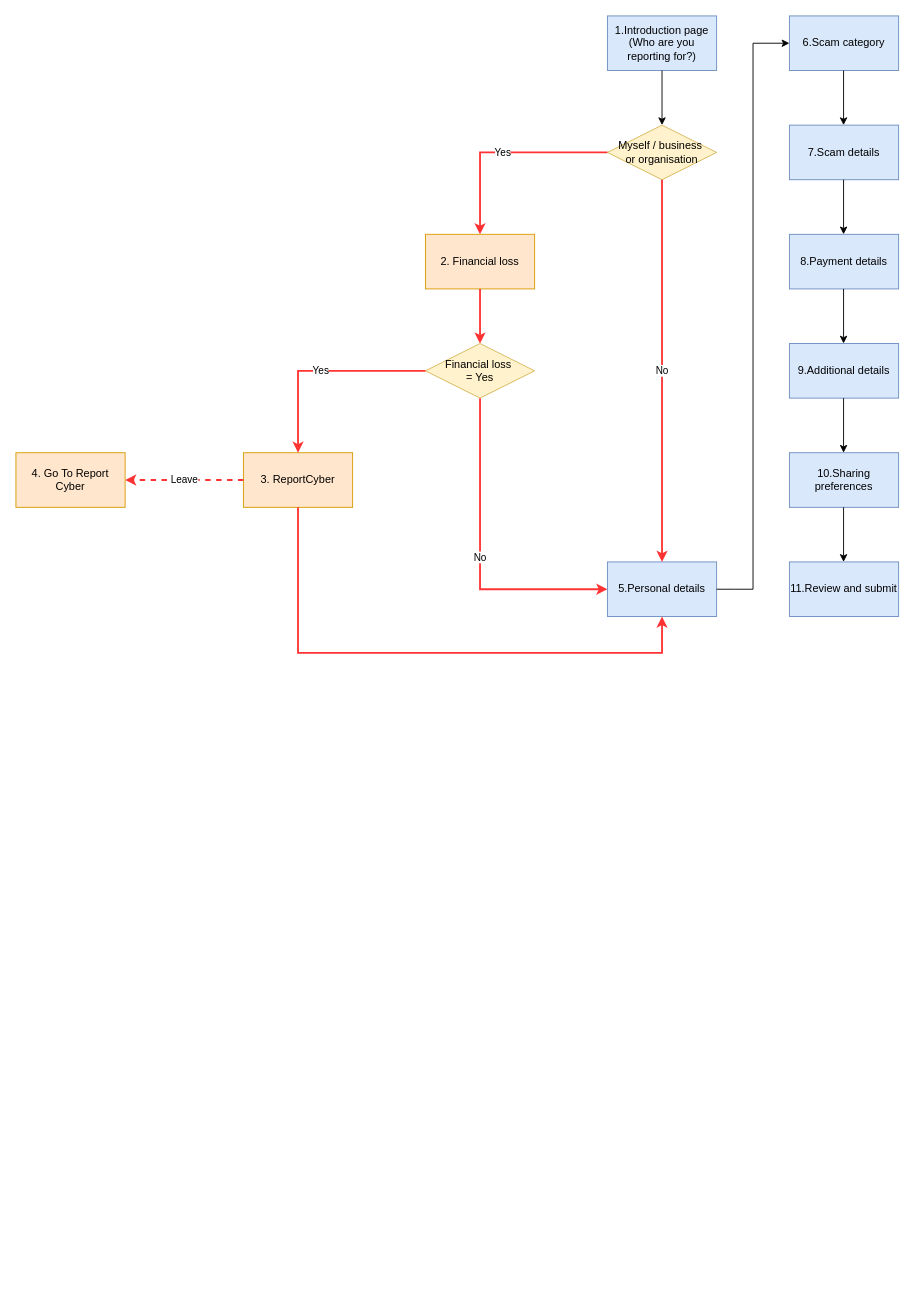
Above: page "Page-1" (1 of 3) of logging/Untitled Diagram.drawio in danieldotskc/helloworld (draw.io), before the change. Source tidied: cells renumbered, new cells numbered last; positions are measured from the earlier drawing's top-left corner, leaving out a move shared by most shapes. Both pictures are drawn from the tidied source at 91%, with x=0, y=0 at pixel (15, 15).
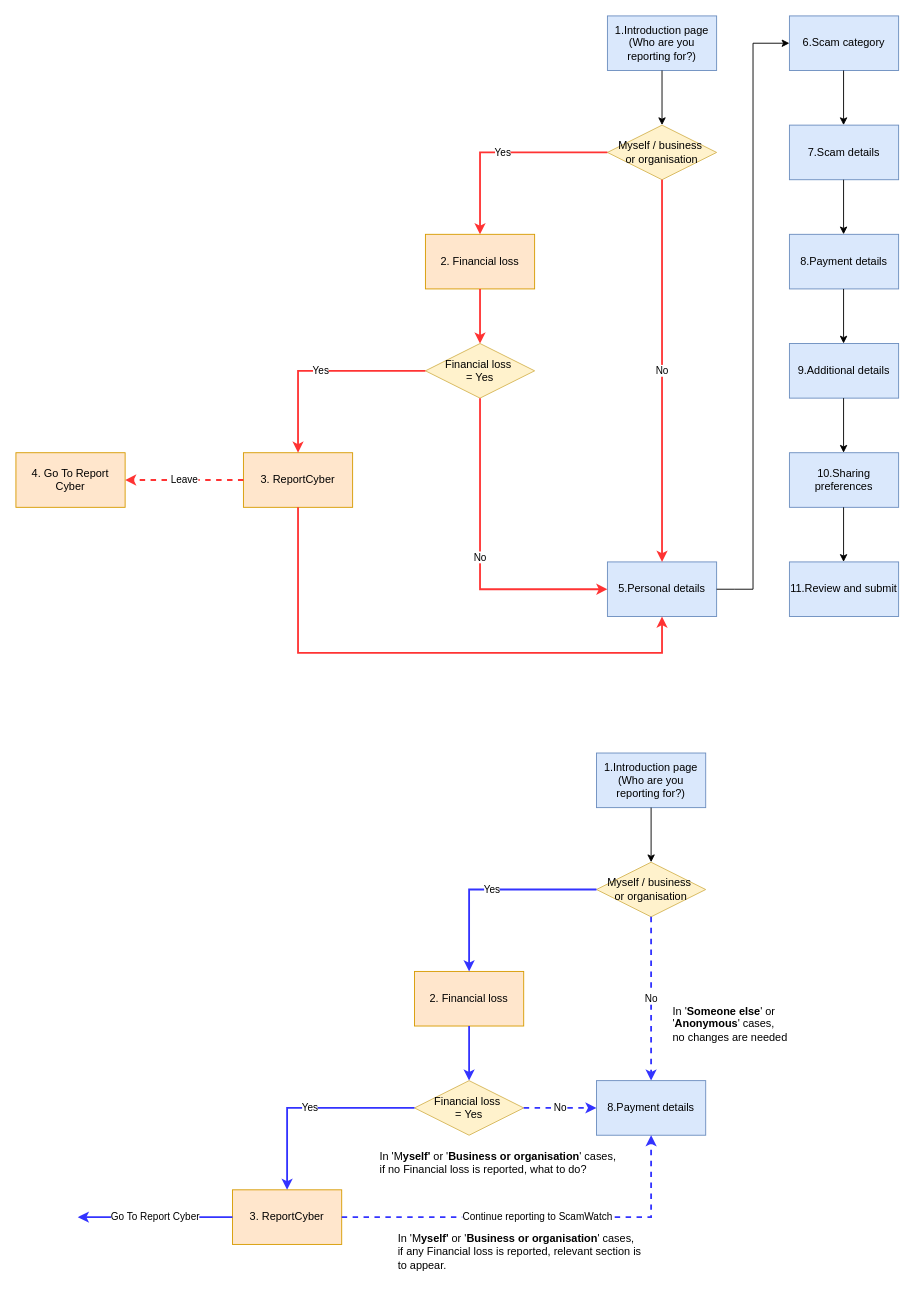
The same diagram, later.

What changed in the source:
```diff
@@
+    <mxCell id="29" value="1.Introduction page&lt;div&gt;(Who are you reporting for?)&lt;/div&gt;" style="rounded=0;whiteSpace=wrap;html=1;fillColor=#dae8fc;strokeColor=#6c8ebf;" parent="1" vertex="1">
+      <mxGeometry x="638" y="810" width="120" height="60" as="geometry" />
+    </mxCell>
+    <mxCell id="30" value="Myself / business&amp;nbsp;&lt;div&gt;or organisation&lt;/div&gt;" style="rhombus;whiteSpace=wrap;html=1;fillColor=#fff2cc;strokeColor=#d6b656;" parent="1" vertex="1">
+      <mxGeometry x="638" y="930" width="120" height="60" as="geometry" />
+    </mxCell>
+    <mxCell id="31" value="2. Financial loss" style="rounded=0;whiteSpace=wrap;html=1;fillColor=#ffe6cc;strokeColor=#d79b00;" parent="1" vertex="1">
+      <mxGeometry x="438" y="1050" width="120" height="60" as="geometry" />
+    </mxCell>
+    <mxCell id="32" value="Yes" style="endArrow=classic;html=1;rounded=0;exitX=0;exitY=0.5;exitDx=0;exitDy=0;entryX=0.5;entryY=0;entryDx=0;entryDy=0;strokeColor=light-dark(#3333FF,#7777FF);strokeWidth=2;" parent="1" edge="1" source="30" target="31">
+      <mxGeometry relative="1" as="geometry">
+        <Array as="points">
+          <mxPoint x="498" y="960" />
+        </Array>
+      </mxGeometry>
+    </mxCell>
+    <mxCell id="33" value="Financial loss&amp;nbsp;&lt;div&gt;=&amp;nbsp;&lt;span style=&quot;background-color: transparent; color: light-dark(rgb(0, 0, 0), rgb(255, 255, 255));&quot;&gt;Yes&lt;/span&gt;&lt;/div&gt;" style="rhombus;whiteSpace=wrap;html=1;fillColor=#fff2cc;strokeColor=#d6b656;" parent="1" vertex="1">
+      <mxGeometry x="438" y="1170" width="120" height="60" as="geometry" />
+    </mxCell>
+    <mxCell id="34" value="3. ReportCyber" style="rounded=0;whiteSpace=wrap;html=1;fillColor=#ffe6cc;strokeColor=#d79b00;" parent="1" vertex="1">
+      <mxGeometry x="238" y="1290" width="120" height="60" as="geometry" />
+    </mxCell>
+    <mxCell id="35" value="Yes" style="endArrow=classic;html=1;rounded=0;exitX=0;exitY=0.5;exitDx=0;exitDy=0;entryX=0.5;entryY=0;entryDx=0;entryDy=0;strokeColor=#3333FF;strokeWidth=2;" parent="1" edge="1">
+      <mxGeometry relative="1" as="geometry">
+        <mxPoint x="438" y="1200" as="sourcePoint" />
+        <mxPoint x="298" y="1290" as="targetPoint" />
+        <Array as="points">
+          <mxPoint x="298" y="1200" />
+        </Array>
+      </mxGeometry>
+    </mxCell>
+    <mxCell id="36" value="No" style="endArrow=classic;html=1;rounded=0;exitX=0.5;exitY=1;exitDx=0;exitDy=0;entryX=0.5;entryY=0;entryDx=0;entryDy=0;strokeColor=#3333FF;strokeWidth=2;dashed=1;" parent="1" edge="1" source="30" target="40">
+      <mxGeometry relative="1" as="geometry" />
+    </mxCell>
+    <mxCell id="37" style="endArrow=classic;html=1;rounded=0;exitX=0.5;exitY=1;exitDx=0;exitDy=0;strokeColor=#3333FF;strokeWidth=2;" parent="1" edge="1" source="31" target="33">
+      <mxGeometry relative="1" as="geometry" />
+    </mxCell>
+    <mxCell id="38" value="No" style="endArrow=classic;html=1;rounded=0;exitX=1;exitY=0.5;exitDx=0;exitDy=0;entryX=0;entryY=0.5;entryDx=0;entryDy=0;strokeColor=#3333FF;strokeWidth=2;dashed=1;" parent="1" edge="1" source="33" target="40">
+      <mxGeometry relative="1" as="geometry" />
+    </mxCell>
+    <mxCell id="39" style="endArrow=classic;html=1;rounded=0;exitX=0.5;exitY=1;exitDx=0;exitDy=0;entryX=0.5;entryY=0;entryDx=0;entryDy=0;" parent="1" edge="1" source="29" target="30">
+      <mxGeometry relative="1" as="geometry" />
+    </mxCell>
+    <mxCell id="40" value="8.Payment details" style="rounded=0;whiteSpace=wrap;html=1;fillColor=#dae8fc;strokeColor=#6c8ebf;" parent="1" vertex="1">
+      <mxGeometry x="638" y="1170" width="120" height="60" as="geometry" />
+    </mxCell>
+    <mxCell id="41" value="Continue reporting to ScamWatch" style="endArrow=classic;html=1;rounded=0;exitX=1;exitY=0.5;exitDx=0;exitDy=0;entryX=0.5;entryY=1;entryDx=0;entryDy=0;strokeColor=#3333FF;strokeWidth=2;dashed=1;" parent="1" edge="1" source="34" target="40">
+      <mxGeometry relative="1" as="geometry">
+        <Array as="points">
+          <mxPoint x="698" y="1320" />
+        </Array>
+      </mxGeometry>
+    </mxCell>
+    <mxCell id="42" value="Go To Report Cyber" style="endArrow=classic;html=1;rounded=0;exitX=0;exitY=0.5;exitDx=0;exitDy=0;strokeColor=#3333FF;strokeWidth=2;" parent="1" edge="1" source="34">
+      <mxGeometry relative="1" as="geometry">
+        <mxPoint x="68" y="1320" as="targetPoint" />
+      </mxGeometry>
+    </mxCell>
+    <mxCell id="43" value="In '&lt;b&gt;Someone else&lt;/b&gt;' or '&lt;b&gt;Anonymous&lt;/b&gt;' cases, no changes are needed" style="text;html=1;whiteSpace=wrap;strokeColor=none;fillColor=none;align=left;verticalAlign=top;rounded=0;" parent="1" vertex="1">
+      <mxGeometry x="720" y="1080" width="130" height="60" as="geometry" />
+    </mxCell>
+    <mxCell id="44" value="In 'M&lt;b&gt;yself'&lt;/b&gt;&amp;nbsp;or '&lt;b&gt;Business or organisation&lt;/b&gt;' cases,&amp;nbsp; if any Financial loss is reported, relevant section is to appear." style="text;html=1;whiteSpace=wrap;strokeColor=none;fillColor=none;align=left;verticalAlign=top;rounded=0;" parent="1" vertex="1">
+      <mxGeometry x="418" y="1330" width="270" height="60" as="geometry" />
+    </mxCell>
+    <mxCell id="45" value="In 'M&lt;b&gt;yself'&lt;/b&gt;&amp;nbsp;or '&lt;b&gt;Business or organisation&lt;/b&gt;' cases,&amp;nbsp; if no Financial loss is reported, what to do?" style="text;html=1;whiteSpace=wrap;strokeColor=none;fillColor=none;align=left;verticalAlign=top;rounded=0;" parent="1" vertex="1">
+      <mxGeometry x="398" y="1240" width="270" height="60" as="geometry" />
+    </mxCell>
```
